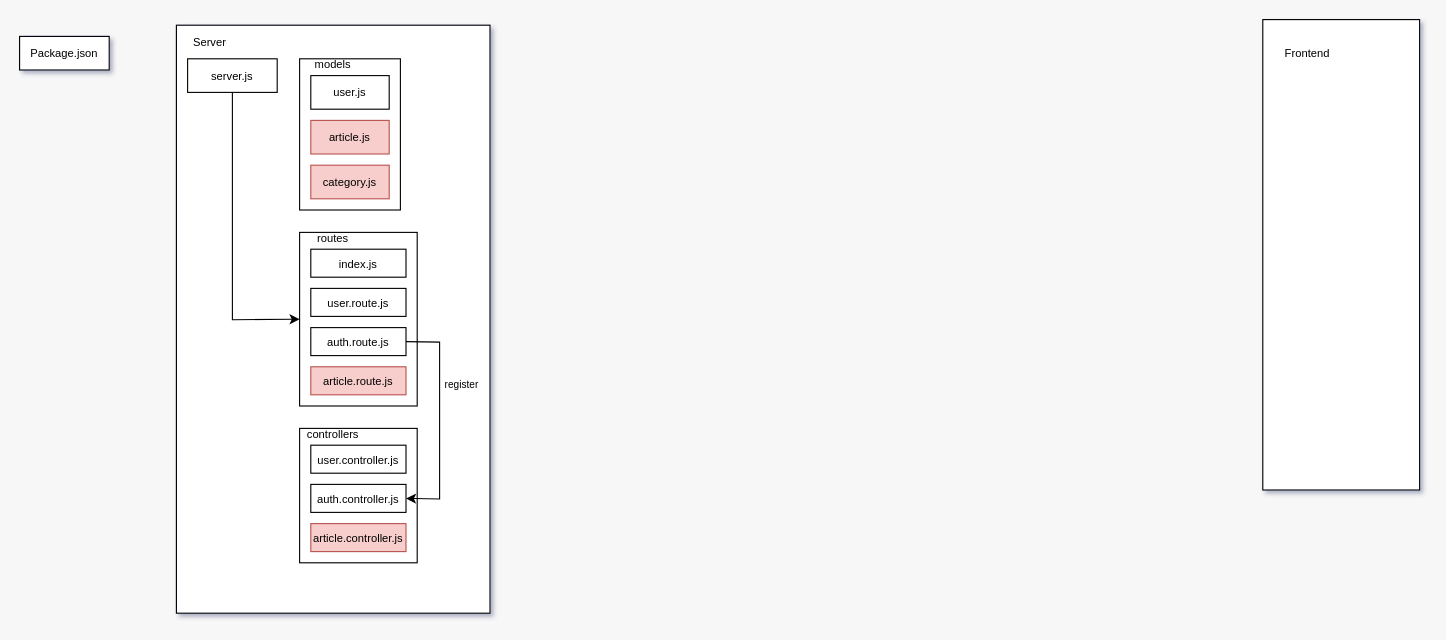
Before: Diagram.drawio in daniel-tsonkov/React-Practice-Project, a draw.io diagram. Source tidied: cells renumbered, new cells numbered last; positions are measured from the earlier drawing's top-left corner, leaving out a move shared by most shapes. Both pictures are drawn from the tidied source at 112%, with x=0, y=0 at pixel (19, 19).
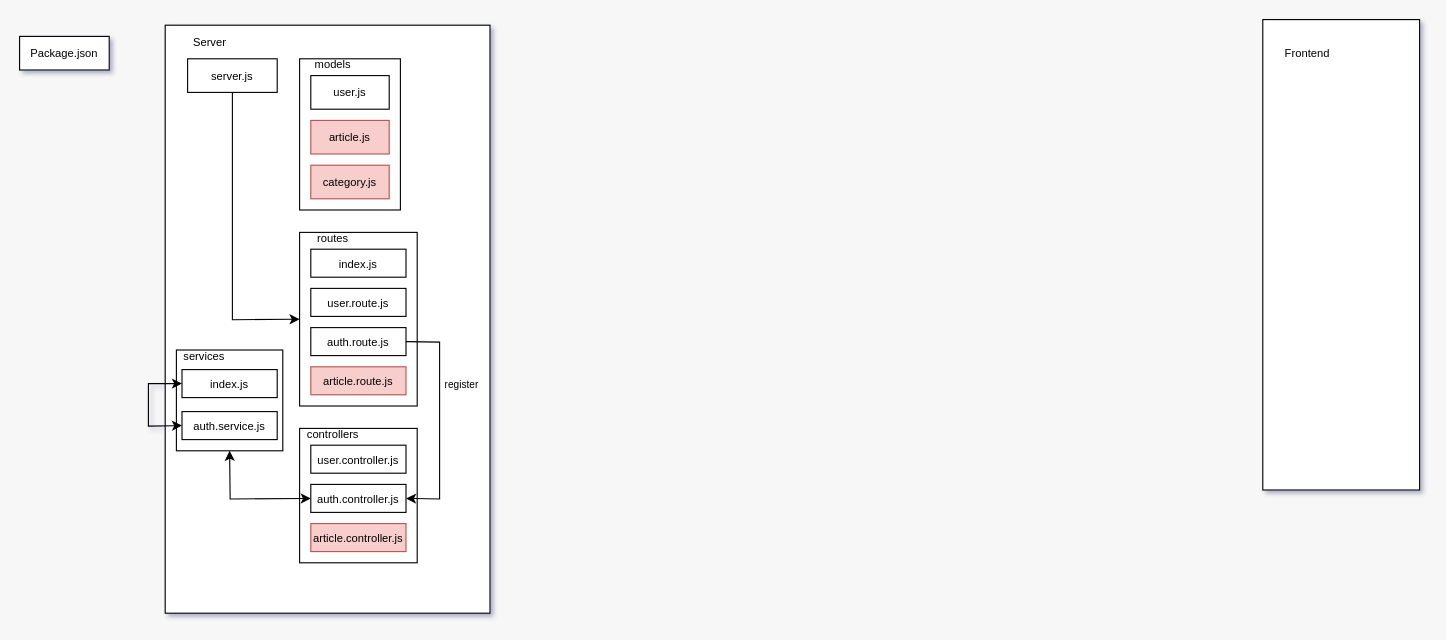
The same page after the edit.

The change refers to these unchanged cells:
```xml
<mxCell id="23" value="auth.controller.js" style="rounded=0;whiteSpace=wrap;html=1;fontSize=10;" parent="1" vertex="1">
  <mxGeometry x="260" y="415" width="85" height="25" as="geometry" />
</mxCell>
```

What changed in the source:
```diff
@@
     <mxCell id="3" style="rounded=0;whiteSpace=wrap;html=1;fontSize=10;" parent="1" vertex="1">
-      <mxGeometry x="140" y="5" width="280" height="525" as="geometry" />
+      <mxGeometry x="130" y="5" width="290" height="525" as="geometry" />
     </mxCell>
@@
+    <mxCell id="27" style="rounded=0;whiteSpace=wrap;html=1;" parent="1" vertex="1">
+      <mxGeometry x="140" y="295" width="95" height="90" as="geometry" />
+    </mxCell>
+    <mxCell id="28" value="&lt;font style=&quot;font-size: 10px;&quot;&gt;services&lt;/font&gt;" style="text;html=1;align=center;verticalAlign=middle;whiteSpace=wrap;rounded=0;" parent="1" vertex="1">
+      <mxGeometry x="135" y="285" width="60" height="30" as="geometry" />
+    </mxCell>
+    <mxCell id="29" value="index.js" style="rounded=0;whiteSpace=wrap;html=1;fontSize=10;" parent="1" vertex="1">
+      <mxGeometry x="145" y="312.5" width="85" height="25" as="geometry" />
+    </mxCell>
+    <mxCell id="30" value="auth.service.js" style="rounded=0;whiteSpace=wrap;html=1;fontSize=10;" parent="1" vertex="1">
+      <mxGeometry x="145" y="350" width="85" height="25" as="geometry" />
+    </mxCell>
+    <mxCell id="31" style="endArrow=classic;startArrow=classic;html=1;rounded=0;entryX=0;entryY=0.5;entryDx=0;entryDy=0;exitX=0;exitY=0.5;exitDx=0;exitDy=0;" parent="1" edge="1" source="30" target="29">
+      <mxGeometry relative="1" as="geometry">
+        <Array as="points">
+          <mxPoint x="115" y="363" />
+          <mxPoint x="115" y="325" />
+        </Array>
+      </mxGeometry>
+    </mxCell>
+    <mxCell id="32" style="endArrow=classic;startArrow=classic;html=1;rounded=0;entryX=0;entryY=0.5;entryDx=0;entryDy=0;exitX=0.5;exitY=1;exitDx=0;exitDy=0;" parent="1" edge="1" source="27" target="23">
+      <mxGeometry relative="1" as="geometry">
+        <Array as="points">
+          <mxPoint x="188" y="428" />
+        </Array>
+      </mxGeometry>
+    </mxCell>
```
